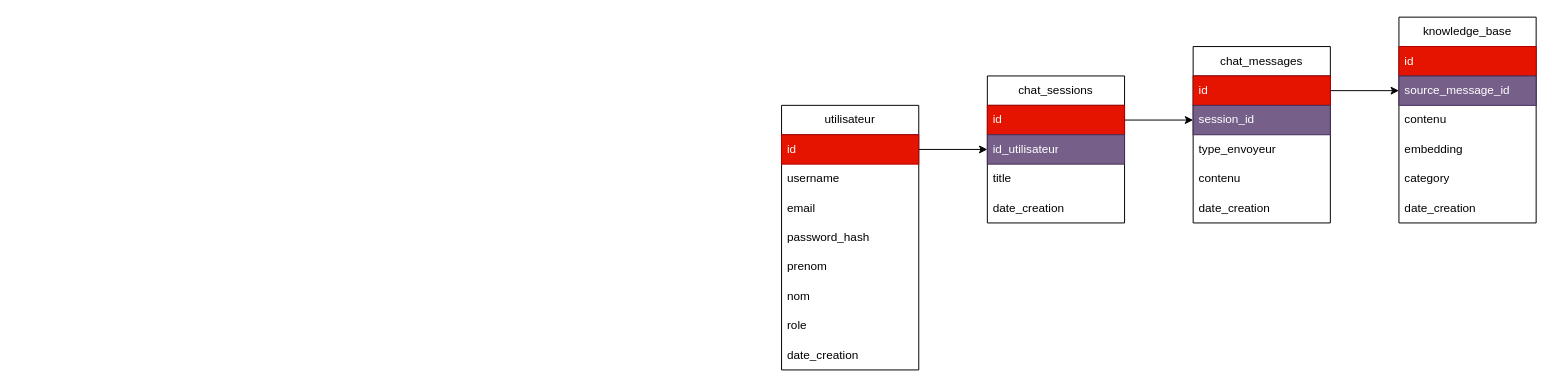
Above: docs/schema_bdd.drawio in Gabricode5/PFE_ECE (draw.io), before the change. Source tidied: cells renumbered, new cells numbered last; positions are measured from the earlier drawing's top-left corner, leaving out a move shared by most shapes. Both pictures are drawn from the tidied source at 98%, with x=0, y=0 at pixel (781, 17).
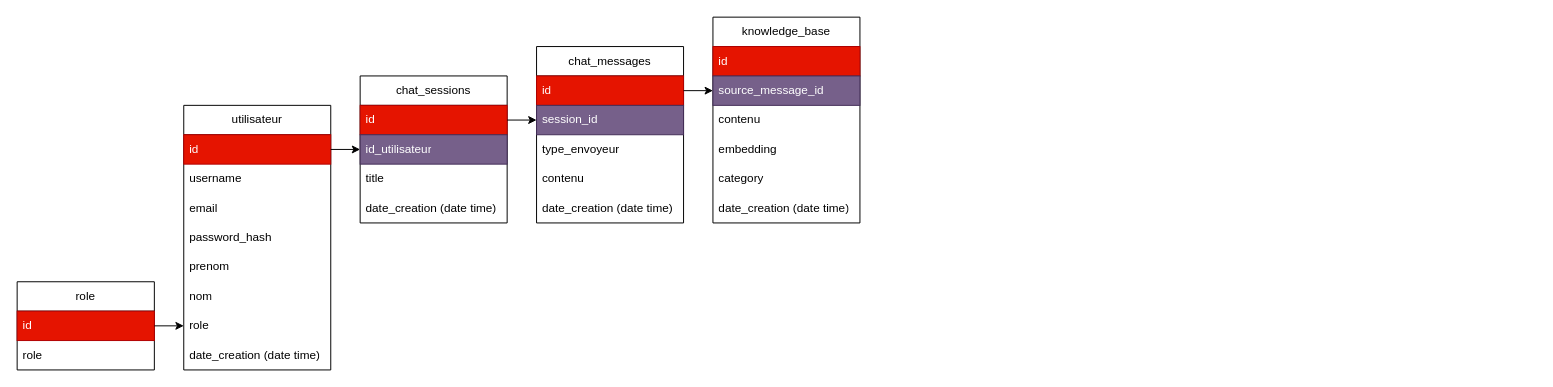
The same diagram, later.

Commit message (it also covers changes not shown here):
modification schema bdd

The edit, as a diff of the source:
```diff
@@
     <mxCell id="2" value="utilisateur" style="swimlane;fontStyle=0;horizontal=1;startSize=30;whiteSpace=wrap;html=1;" parent="1" vertex="1">
-      <mxGeometry y="90" width="140" height="270" as="geometry" />
+      <mxGeometry x="-610" y="90" width="150" height="270" as="geometry" />
     </mxCell>
     <mxCell id="3" value="id" style="text;strokeColor=#B20000;fillColor=#e51400;align=left;verticalAlign=middle;spacingLeft=4;spacingRight=4;overflow=hidden;points=[[0,0.5],[1,0.5]];portConstraint=eastwest;whiteSpace=wrap;html=1;fontColor=#ffffff;" parent="2" vertex="1">
-      <mxGeometry y="30" width="140" height="30" as="geometry" />
+      <mxGeometry y="30" width="150" height="30" as="geometry" />
     </mxCell>
     <mxCell id="4" value="username" style="text;strokeColor=none;fillColor=none;align=left;verticalAlign=middle;spacingLeft=4;spacingRight=4;overflow=hidden;whiteSpace=wrap;html=1;" parent="2" vertex="1">
-      <mxGeometry y="60" width="140" height="30" as="geometry" />
+      <mxGeometry y="60" width="150" height="30" as="geometry" />
     </mxCell>
     <mxCell id="5" value="email" style="text;strokeColor=none;fillColor=none;align=left;verticalAlign=middle;spacingLeft=4;spacingRight=4;overflow=hidden;whiteSpace=wrap;html=1;" parent="2" vertex="1">
-      <mxGeometry y="90" width="140" height="30" as="geometry" />
+      <mxGeometry y="90" width="150" height="30" as="geometry" />
     </mxCell>
     <mxCell id="6" value="password_hash" style="text;strokeColor=none;fillColor=none;align=left;verticalAlign=middle;spacingLeft=4;spacingRight=4;overflow=hidden;whiteSpace=wrap;html=1;" parent="2" vertex="1">
-      <mxGeometry y="120" width="140" height="30" as="geometry" />
+      <mxGeometry y="120" width="150" height="30" as="geometry" />
     </mxCell>
     <mxCell id="7" value="prenom" style="text;strokeColor=none;fillColor=none;align=left;verticalAlign=middle;spacingLeft=4;spacingRight=4;overflow=hidden;whiteSpace=wrap;html=1;" parent="2" vertex="1">
-      <mxGeometry y="150" width="140" height="30" as="geometry" />
+      <mxGeometry y="150" width="150" height="30" as="geometry" />
     </mxCell>
     <mxCell id="8" value="nom" style="text;strokeColor=none;fillColor=none;align=left;verticalAlign=middle;spacingLeft=4;spacingRight=4;overflow=hidden;whiteSpace=wrap;html=1;" parent="2" vertex="1">
-      <mxGeometry y="180" width="140" height="30" as="geometry" />
+      <mxGeometry y="180" width="150" height="30" as="geometry" />
     </mxCell>
     <mxCell id="9" value="role" style="text;strokeColor=none;fillColor=none;align=left;verticalAlign=middle;spacingLeft=4;spacingRight=4;overflow=hidden;points=[[0,0.5],[1,0.5]];portConstraint=eastwest;whiteSpace=wrap;html=1;" parent="2" vertex="1">
-      <mxGeometry y="210" width="140" height="30" as="geometry" />
+      <mxGeometry y="210" width="150" height="30" as="geometry" />
     </mxCell>
-    <mxCell id="10" value="date_creation" style="text;strokeColor=none;fillColor=none;align=left;verticalAlign=middle;spacingLeft=4;spacingRight=4;overflow=hidden;whiteSpace=wrap;html=1;" parent="2" vertex="1">
-      <mxGeometry y="240" width="140" height="30" as="geometry" />
+    <mxCell id="10" value="date_creation (date time)" style="text;strokeColor=none;fillColor=none;align=left;verticalAlign=middle;spacingLeft=4;spacingRight=4;overflow=hidden;whiteSpace=wrap;html=1;" parent="2" vertex="1">
+      <mxGeometry y="240" width="150" height="30" as="geometry" />
     </mxCell>
     <mxCell id="11" value="chat_sessions" style="swimlane;fontStyle=0;horizontal=1;startSize=30;whiteSpace=wrap;html=1;" parent="1" vertex="1">
-      <mxGeometry x="210" y="60" width="140" height="150" as="geometry" />
+      <mxGeometry x="-430" y="60" width="150" height="150" as="geometry" />
     </mxCell>
     <mxCell id="12" value="id" style="text;strokeColor=#B20000;fillColor=#e51400;align=left;verticalAlign=middle;spacingLeft=4;spacingRight=4;overflow=hidden;points=[[0,0.5],[1,0.5]];portConstraint=eastwest;whiteSpace=wrap;html=1;fontColor=#ffffff;" parent="11" vertex="1">
-      <mxGeometry y="30" width="140" height="30" as="geometry" />
+      <mxGeometry y="30" width="150" height="30" as="geometry" />
     </mxCell>
     <mxCell id="13" value="id_utilisateur" style="text;strokeColor=#432D57;fillColor=#76608a;align=left;verticalAlign=middle;spacingLeft=4;spacingRight=4;overflow=hidden;points=[[0,0.5],[1,0.5]];portConstraint=eastwest;whiteSpace=wrap;html=1;fontColor=#ffffff;" parent="11" vertex="1">
-      <mxGeometry y="60" width="140" height="30" as="geometry" />
+      <mxGeometry y="60" width="150" height="30" as="geometry" />
     </mxCell>
     <mxCell id="14" value="title" style="text;strokeColor=none;fillColor=none;align=left;verticalAlign=middle;spacingLeft=4;spacingRight=4;overflow=hidden;whiteSpace=wrap;html=1;" parent="11" vertex="1">
-      <mxGeometry y="90" width="140" height="30" as="geometry" />
+      <mxGeometry y="90" width="150" height="30" as="geometry" />
     </mxCell>
-    <mxCell id="15" value="date_creation" style="text;strokeColor=none;fillColor=none;align=left;verticalAlign=middle;spacingLeft=4;spacingRight=4;overflow=hidden;whiteSpace=wrap;html=1;" parent="11" vertex="1">
-      <mxGeometry y="120" width="140" height="30" as="geometry" />
+    <mxCell id="15" value="date_creation (date time)" style="text;strokeColor=none;fillColor=none;align=left;verticalAlign=middle;spacingLeft=4;spacingRight=4;overflow=hidden;whiteSpace=wrap;html=1;" parent="11" vertex="1">
+      <mxGeometry y="120" width="150" height="30" as="geometry" />
     </mxCell>
     <mxCell id="16" value="chat_messages" style="swimlane;fontStyle=0;horizontal=1;startSize=30;whiteSpace=wrap;html=1;" parent="1" vertex="1">
-      <mxGeometry x="420" y="30" width="140" height="180" as="geometry" />
+      <mxGeometry x="-250" y="30" width="150" height="180" as="geometry" />
     </mxCell>
     <mxCell id="17" value="id" style="text;strokeColor=#B20000;fillColor=#e51400;align=left;verticalAlign=middle;spacingLeft=4;spacingRight=4;overflow=hidden;points=[[0,0.5],[1,0.5]];portConstraint=eastwest;whiteSpace=wrap;html=1;fontColor=#ffffff;" parent="16" vertex="1">
-      <mxGeometry y="30" width="140" height="30" as="geometry" />
+      <mxGeometry y="30" width="150" height="30" as="geometry" />
     </mxCell>
     <mxCell id="18" value="session_id" style="text;strokeColor=#432D57;fillColor=#76608a;align=left;verticalAlign=middle;spacingLeft=4;spacingRight=4;overflow=hidden;points=[[0,0.5],[1,0.5]];portConstraint=eastwest;whiteSpace=wrap;html=1;fontColor=#ffffff;" parent="16" vertex="1">
-      <mxGeometry y="60" width="140" height="30" as="geometry" />
+      <mxGeometry y="60" width="150" height="30" as="geometry" />
     </mxCell>
     <mxCell id="19" value="type_envoyeur" style="text;strokeColor=none;fillColor=none;align=left;verticalAlign=middle;spacingLeft=4;spacingRight=4;overflow=hidden;whiteSpace=wrap;html=1;" parent="16" vertex="1">
-      <mxGeometry y="90" width="140" height="30" as="geometry" />
+      <mxGeometry y="90" width="150" height="30" as="geometry" />
     </mxCell>
     <mxCell id="20" value="contenu" style="text;strokeColor=none;fillColor=none;align=left;verticalAlign=middle;spacingLeft=4;spacingRight=4;overflow=hidden;whiteSpace=wrap;html=1;" parent="16" vertex="1">
-      <mxGeometry y="120" width="140" height="30" as="geometry" />
+      <mxGeometry y="120" width="150" height="30" as="geometry" />
     </mxCell>
-    <mxCell id="21" value="date_creation" style="text;strokeColor=none;fillColor=none;align=left;verticalAlign=middle;spacingLeft=4;spacingRight=4;overflow=hidden;whiteSpace=wrap;html=1;" parent="16" vertex="1">
-      <mxGeometry y="150" width="140" height="30" as="geometry" />
+    <mxCell id="21" value="date_creation (date time)" style="text;strokeColor=none;fillColor=none;align=left;verticalAlign=middle;spacingLeft=4;spacingRight=4;overflow=hidden;whiteSpace=wrap;html=1;" parent="16" vertex="1">
+      <mxGeometry y="150" width="150" height="30" as="geometry" />
     </mxCell>
     <mxCell id="22" value="knowledge_base" style="swimlane;fontStyle=0;horizontal=1;startSize=30;whiteSpace=wrap;html=1;" parent="1" vertex="1">
-      <mxGeometry x="630" width="140" height="210" as="geometry" />
+      <mxGeometry x="-70" width="150" height="210" as="geometry" />
     </mxCell>
     <mxCell id="23" value="id" style="text;strokeColor=#B20000;fillColor=#e51400;align=left;verticalAlign=middle;spacingLeft=4;spacingRight=4;overflow=hidden;whiteSpace=wrap;html=1;fontColor=#ffffff;" parent="22" vertex="1">
-      <mxGeometry y="30" width="140" height="30" as="geometry" />
+      <mxGeometry y="30" width="150" height="30" as="geometry" />
     </mxCell>
     <mxCell id="24" value="source_message_id" style="text;strokeColor=#432D57;fillColor=#76608a;align=left;verticalAlign=middle;spacingLeft=4;spacingRight=4;overflow=hidden;points=[[0,0.5],[1,0.5]];portConstraint=eastwest;whiteSpace=wrap;html=1;fontColor=#ffffff;" parent="22" vertex="1">
-      <mxGeometry y="60" width="140" height="30" as="geometry" />
+      <mxGeometry y="60" width="150" height="30" as="geometry" />
     </mxCell>
     <mxCell id="25" value="contenu" style="text;strokeColor=none;fillColor=none;align=left;verticalAlign=middle;spacingLeft=4;spacingRight=4;overflow=hidden;whiteSpace=wrap;html=1;" parent="22" vertex="1">
-      <mxGeometry y="90" width="140" height="30" as="geometry" />
+      <mxGeometry y="90" width="150" height="30" as="geometry" />
     </mxCell>
     <mxCell id="26" value="embedding" style="text;strokeColor=none;fillColor=none;align=left;verticalAlign=middle;spacingLeft=4;spacingRight=4;overflow=hidden;whiteSpace=wrap;html=1;" parent="22" vertex="1">
-      <mxGeometry y="120" width="140" height="30" as="geometry" />
+      <mxGeometry y="120" width="150" height="30" as="geometry" />
     </mxCell>
     <mxCell id="27" value="category" style="text;strokeColor=none;fillColor=none;align=left;verticalAlign=middle;spacingLeft=4;spacingRight=4;overflow=hidden;whiteSpace=wrap;html=1;" parent="22" vertex="1">
-      <mxGeometry y="150" width="140" height="30" as="geometry" />
+      <mxGeometry y="150" width="150" height="30" as="geometry" />
     </mxCell>
-    <mxCell id="28" value="date_creation" style="text;strokeColor=none;fillColor=none;align=left;verticalAlign=middle;spacingLeft=4;spacingRight=4;overflow=hidden;whiteSpace=wrap;html=1;" parent="22" vertex="1">
-      <mxGeometry y="180" width="140" height="30" as="geometry" />
+    <mxCell id="28" value="date_creation (date time)" style="text;strokeColor=none;fillColor=none;align=left;verticalAlign=middle;spacingLeft=4;spacingRight=4;overflow=hidden;whiteSpace=wrap;html=1;" parent="22" vertex="1">
+      <mxGeometry y="180" width="150" height="30" as="geometry" />
     </mxCell>
@@
+    <mxCell id="32" value="role" style="swimlane;fontStyle=0;horizontal=1;startSize=30;whiteSpace=wrap;html=1;" parent="1" vertex="1">
+      <mxGeometry x="-780" y="270" width="140" height="90" as="geometry" />
+    </mxCell>
+    <mxCell id="33" value="id" style="text;strokeColor=#B20000;fillColor=#e51400;align=left;verticalAlign=middle;spacingLeft=4;spacingRight=4;overflow=hidden;points=[[0,0.5],[1,0.5]];portConstraint=eastwest;whiteSpace=wrap;html=1;fontColor=#ffffff;" parent="32" vertex="1">
+      <mxGeometry y="30" width="140" height="30" as="geometry" />
+    </mxCell>
+    <mxCell id="34" value="role" style="text;strokeColor=none;fillColor=none;align=left;verticalAlign=middle;spacingLeft=4;spacingRight=4;overflow=hidden;whiteSpace=wrap;html=1;" parent="32" vertex="1">
+      <mxGeometry y="60" width="140" height="30" as="geometry" />
+    </mxCell>
+    <mxCell id="35" style="endArrow=classic;html=1;rounded=0;exitX=1;exitY=0.5;exitDx=0;exitDy=0;entryX=0;entryY=0.5;entryDx=0;entryDy=0;" parent="1" edge="1" source="33" target="9">
+      <mxGeometry relative="1" as="geometry" />
+    </mxCell>
```
